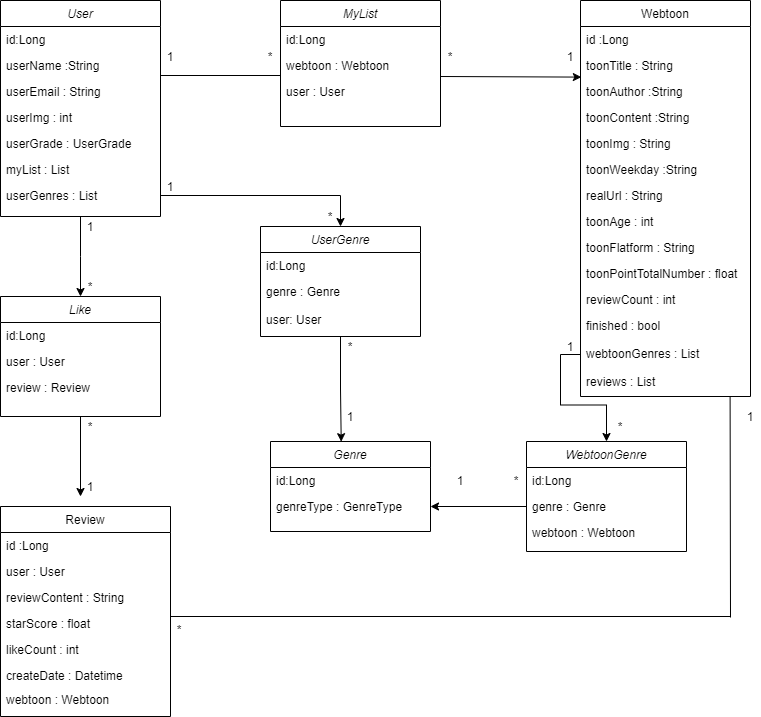
Earlier version of the draw.io export webtooniverse Diagram.png (yeonnwoo/Webtooni_server). Source tidied: cells renumbered, new cells last; positions are measured from the earlier drawing's top-left corner, leaving out a move shared by most shapes.
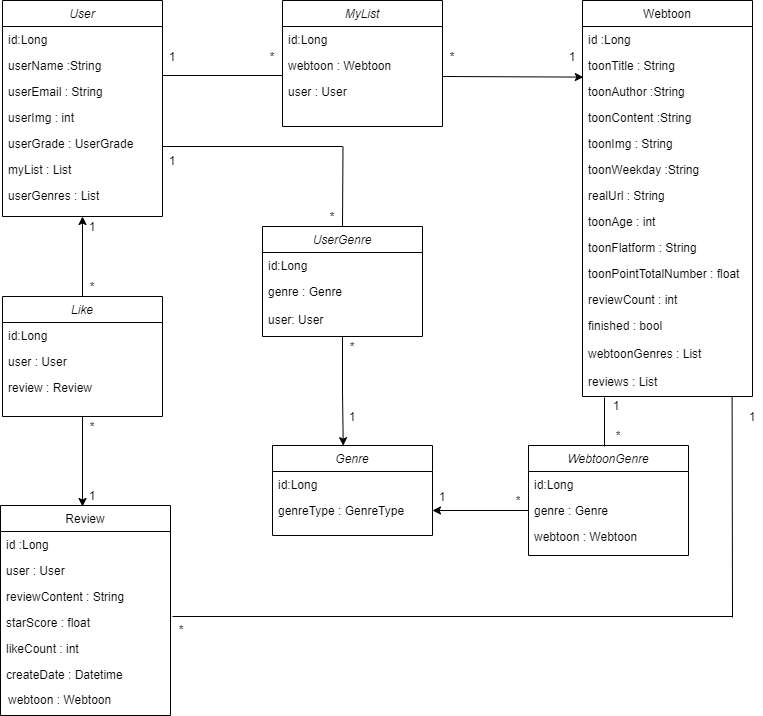
The same file after the commit.

The edit, as a diff of the source:
```diff
@@ -2,15 +2,6 @@
   <root>
     <mxCell id="0" />
     <mxCell id="1" parent="0" />
-    <mxCell id="2" style="edgeStyle=orthogonalEdgeStyle;rounded=0;jettySize=auto;html=1;exitX=0.5;exitY=1;exitDx=0;exitDy=0;" parent="1" edge="1" source="3">
-      <mxGeometry relative="1" as="geometry">
-        <mxPoint x="80" y="296" as="targetPoint" />
-        <Array as="points">
-          <mxPoint x="80" y="256" />
-          <mxPoint x="80" y="256" />
-        </Array>
-      </mxGeometry>
-    </mxCell>
     <mxCell id="3" value="User" style="swimlane;fontStyle=2;align=center;verticalAlign=top;horizontal=1;startSize=26;rounded=0;shadow=0;strokeWidth=1;" parent="1" vertex="1">
       <mxGeometry width="160" height="216" as="geometry" />
     </mxCell>
@@ -105,7 +96,7 @@
       <mxGeometry x="560" y="46" width="20" height="20" as="geometry" />
     </mxCell>
     <mxCell id="34" value="Review" style="swimlane;fontStyle=0;align=center;verticalAlign=top;horizontal=1;startSize=26;rounded=0;shadow=0;strokeWidth=1;" parent="1" vertex="1">
-      <mxGeometry y="506" width="170" height="210" as="geometry" />
+      <mxGeometry x="-2" y="505" width="170" height="210" as="geometry" />
     </mxCell>
     <mxCell id="35" value="id :Long" style="text;align=left;verticalAlign=top;spacingLeft=4;spacingRight=4;overflow=hidden;rounded=0;shadow=0;html=0;" parent="34" vertex="1">
       <mxGeometry y="26" width="170" height="26" as="geometry" />
@@ -131,11 +122,14 @@
     <mxCell id="42" value="*" style="text;html=1;strokeColor=none;fillColor=none;align=center;verticalAlign=middle;whiteSpace=wrap;rounded=0;" parent="1" vertex="1">
       <mxGeometry x="80" y="276" width="20" height="20" as="geometry" />
     </mxCell>
-    <mxCell id="43" style="edgeStyle=orthogonalEdgeStyle;rounded=0;jettySize=auto;html=1;exitX=0.5;exitY=1;exitDx=0;exitDy=0;" parent="1" edge="1" source="44">
-      <mxGeometry relative="1" as="geometry">
-        <mxPoint x="80" y="496" as="targetPoint" />
-      </mxGeometry>
-    </mxCell>
+    <mxCell id="80" style="edgeStyle=orthogonalEdgeStyle;rounded=0;jettySize=auto;html=1;exitX=0.5;exitY=0;exitDx=0;exitDy=0;entryX=0.5;entryY=1;entryDx=0;entryDy=0;" parent="1" edge="1" source="44" target="3">
+      <mxGeometry relative="1" as="geometry" />
+    </mxCell>
+    <mxCell id="81" style="edgeStyle=orthogonalEdgeStyle;rounded=0;jettySize=auto;html=1;exitX=0.5;exitY=1;exitDx=0;exitDy=0;" parent="1" edge="1" source="44">
+      <mxGeometry relative="1" as="geometry">
+        <mxPoint x="80" y="506" as="targetPoint" />
+      </mxGeometry>
+    </mxCell>
     <mxCell id="44" value="Like" style="swimlane;fontStyle=2;align=center;verticalAlign=top;horizontal=1;startSize=26;rounded=0;shadow=0;strokeWidth=1;" parent="1" vertex="1">
       <mxGeometry y="296" width="160" height="120" as="geometry" />
     </mxCell>
@@ -152,7 +146,7 @@
       <mxGeometry x="80" y="416" width="20" height="20" as="geometry" />
     </mxCell>
     <mxCell id="49" value="1" style="text;html=1;strokeColor=none;fillColor=none;align=center;verticalAlign=middle;whiteSpace=wrap;rounded=0;" parent="1" vertex="1">
-      <mxGeometry x="80" y="476" width="20" height="20" as="geometry" />
+      <mxGeometry x="80" y="485" width="20" height="20" as="geometry" />
     </mxCell>
     <mxCell id="50" style="endArrow=none;html=1;" parent="1" edge="1">
       <mxGeometry relative="1" as="geometry">
@@ -166,7 +160,7 @@
       </mxGeometry>
     </mxCell>
     <mxCell id="52" value="Genre" style="swimlane;fontStyle=2;align=center;verticalAlign=top;horizontal=1;startSize=26;rounded=0;shadow=0;strokeWidth=1;" parent="1" vertex="1">
-      <mxGeometry x="270" y="441" width="160" height="90" as="geometry" />
+      <mxGeometry x="270" y="445" width="160" height="90" as="geometry" />
     </mxCell>
     <mxCell id="53" value="id:Long" style="text;align=left;verticalAlign=top;spacingLeft=4;spacingRight=4;overflow=hidden;" parent="52" vertex="1">
       <mxGeometry y="26" width="160" height="26" as="geometry" />
@@ -174,9 +168,6 @@
     <mxCell id="54" value="genreType : GenreType" style="text;align=left;verticalAlign=top;spacingLeft=4;spacingRight=4;overflow=hidden;points=[[0,0.5],[1,0.5]];portConstraint=eastwest;rounded=0;shadow=0;html=0;" parent="52" vertex="1">
       <mxGeometry y="52" width="160" height="26" as="geometry" />
     </mxCell>
-    <mxCell id="55" style="edgeStyle=orthogonalEdgeStyle;rounded=0;jettySize=auto;html=1;exitX=1;exitY=0.5;exitDx=0;exitDy=0;entryX=0.5;entryY=0;entryDx=0;entryDy=0;" parent="1" edge="1" source="10" target="57">
-      <mxGeometry relative="1" as="geometry" />
-    </mxCell>
     <mxCell id="56" style="edgeStyle=orthogonalEdgeStyle;rounded=0;jettySize=auto;html=1;exitX=0.5;exitY=1;exitDx=0;exitDy=0;entryX=0.442;entryY=0.002;entryDx=0;entryDy=0;entryPerimeter=0;" parent="1" edge="1" source="57" target="52">
       <mxGeometry relative="1" as="geometry" />
     </mxCell>
@@ -196,13 +187,13 @@
       <mxGeometry x="340" y="336" width="20" height="20" as="geometry" />
     </mxCell>
     <mxCell id="62" value="1" style="text;html=1;strokeColor=none;fillColor=none;align=center;verticalAlign=middle;whiteSpace=wrap;rounded=0;" parent="1" vertex="1">
-      <mxGeometry x="160" y="176" width="20" height="20" as="geometry" />
+      <mxGeometry x="160" y="150" width="20" height="20" as="geometry" />
     </mxCell>
     <mxCell id="63" value="*" style="text;html=1;strokeColor=none;fillColor=none;align=center;verticalAlign=middle;whiteSpace=wrap;rounded=0;" parent="1" vertex="1">
       <mxGeometry x="320" y="206" width="20" height="20" as="geometry" />
     </mxCell>
     <mxCell id="64" value="WebtoonGenre" style="swimlane;fontStyle=2;align=center;verticalAlign=top;horizontal=1;startSize=26;rounded=0;shadow=0;strokeWidth=1;" parent="1" vertex="1">
-      <mxGeometry x="526" y="441" width="160" height="110" as="geometry" />
+      <mxGeometry x="526" y="445" width="160" height="110" as="geometry" />
     </mxCell>
     <mxCell id="65" value="id:Long" style="text;align=left;verticalAlign=top;spacingLeft=4;spacingRight=4;overflow=hidden;" parent="64" vertex="1">
       <mxGeometry y="26" width="160" height="26" as="geometry" />
@@ -213,23 +204,20 @@
     <mxCell id="67" value="webtoon : Webtoon" style="text;align=left;verticalAlign=top;spacingLeft=4;spacingRight=4;overflow=hidden;rounded=0;shadow=0;html=0;" parent="64" vertex="1">
       <mxGeometry y="78" width="160" height="26" as="geometry" />
     </mxCell>
-    <mxCell id="68" style="edgeStyle=orthogonalEdgeStyle;rounded=0;jettySize=auto;html=1;exitX=0;exitY=0.5;exitDx=0;exitDy=0;entryX=0.5;entryY=0;entryDx=0;entryDy=0;" parent="1" edge="1" source="24" target="64">
-      <mxGeometry relative="1" as="geometry" />
-    </mxCell>
     <mxCell id="69" value="1" style="text;html=1;strokeColor=none;fillColor=none;align=center;verticalAlign=middle;whiteSpace=wrap;rounded=0;" parent="1" vertex="1">
-      <mxGeometry x="560" y="336" width="20" height="20" as="geometry" />
+      <mxGeometry x="604" y="395" width="20" height="20" as="geometry" />
     </mxCell>
     <mxCell id="70" value="*" style="text;html=1;strokeColor=none;fillColor=none;align=center;verticalAlign=middle;whiteSpace=wrap;rounded=0;" parent="1" vertex="1">
-      <mxGeometry x="610" y="416" width="20" height="20" as="geometry" />
+      <mxGeometry x="606" y="425" width="20" height="20" as="geometry" />
     </mxCell>
     <mxCell id="71" style="edgeStyle=orthogonalEdgeStyle;rounded=0;jettySize=auto;html=1;exitX=0;exitY=0.5;exitDx=0;exitDy=0;entryX=1;entryY=0.5;entryDx=0;entryDy=0;" parent="1" edge="1" source="66" target="54">
       <mxGeometry relative="1" as="geometry" />
     </mxCell>
     <mxCell id="72" value="*" style="text;html=1;strokeColor=none;fillColor=none;align=center;verticalAlign=middle;whiteSpace=wrap;rounded=0;" parent="1" vertex="1">
-      <mxGeometry x="506" y="470" width="20" height="20" as="geometry" />
+      <mxGeometry x="506" y="490" width="20" height="20" as="geometry" />
     </mxCell>
     <mxCell id="73" value="1" style="text;html=1;strokeColor=none;fillColor=none;align=center;verticalAlign=middle;whiteSpace=wrap;rounded=0;" parent="1" vertex="1">
-      <mxGeometry x="450" y="470" width="20" height="20" as="geometry" />
+      <mxGeometry x="430" y="486" width="20" height="20" as="geometry" />
     </mxCell>
     <mxCell id="74" value="user: User" style="text;align=left;verticalAlign=top;spacingLeft=4;spacingRight=4;overflow=hidden;rounded=0;shadow=0;html=0;" parent="1" vertex="1">
       <mxGeometry x="260" y="306" width="160" height="26" as="geometry" />
@@ -255,5 +243,22 @@
         <mxPoint x="729.6" y="396.4" as="targetPoint" />
       </mxGeometry>
     </mxCell>
+    <mxCell id="82" style="endArrow=none;html=1;" parent="1" edge="1">
+      <mxGeometry relative="1" as="geometry">
+        <mxPoint x="160" y="146" as="sourcePoint" />
+        <mxPoint x="340" y="146" as="targetPoint" />
+      </mxGeometry>
+    </mxCell>
+    <mxCell id="83" style="endArrow=none;html=1;exitX=1;exitY=1;exitDx=0;exitDy=0;" parent="1" edge="1" source="63">
+      <mxGeometry relative="1" as="geometry">
+        <mxPoint x="340.5" y="146" as="targetPoint" />
+      </mxGeometry>
+    </mxCell>
+    <mxCell id="84" style="endArrow=none;html=1;" parent="1" edge="1">
+      <mxGeometry relative="1" as="geometry">
+        <mxPoint x="602" y="446" as="sourcePoint" />
+        <mxPoint x="602" y="397" as="targetPoint" />
+      </mxGeometry>
+    </mxCell>
   </root>
 </mxGraphModel>
```
